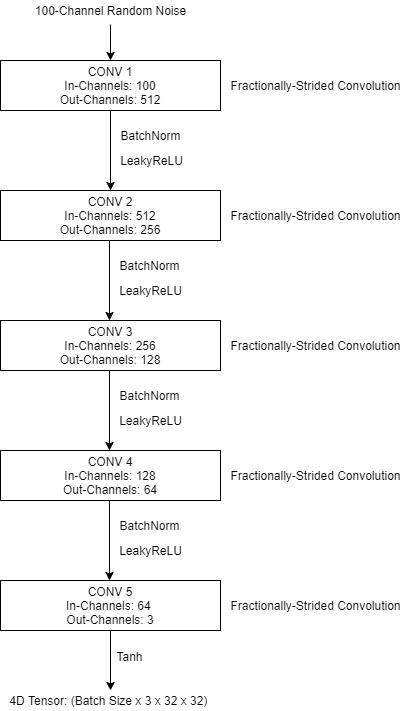
peterhessey/DeepLearning keeps this draw.io diagram as notes/Generator.png. Above is the earlier version. Source tidied: cells renumbered, new cells last; positions are measured from the earlier drawing's top-left corner, leaving out a move shared by most shapes. The source it was exported from:
```xml
<mxGraphModel>
  <root>
    <mxCell id="0" />
    <mxCell id="1" parent="0" />
    <mxCell id="2" value="CONV 1&lt;br&gt;In-Channels: 100&lt;br&gt;Out-Channels: 512" style="rounded=0;whiteSpace=wrap;html=1;" parent="1" vertex="1">
      <mxGeometry y="60" width="220" height="50" as="geometry" />
    </mxCell>
    <mxCell id="3" style="endArrow=classic;html=1;exitX=0.5;exitY=1;exitDx=0;exitDy=0;" parent="1" edge="1" source="2">
      <mxGeometry relative="1" as="geometry">
        <mxPoint x="110" y="190" as="targetPoint" />
      </mxGeometry>
    </mxCell>
    <mxCell id="4" style="endArrow=classic;html=1;entryX=0.5;entryY=0;entryDx=0;entryDy=0;exitX=0.5;exitY=1.2;exitDx=0;exitDy=0;exitPerimeter=0;" parent="1" edge="1" source="5" target="2">
      <mxGeometry relative="1" as="geometry" />
    </mxCell>
    <mxCell id="5" value="100-Channel Random Noise" style="text;html=1;align=center;verticalAlign=middle;points=[];" parent="1" vertex="1">
      <mxGeometry x="25" width="170" height="20" as="geometry" />
    </mxCell>
    <mxCell id="6" value="BatchNorm" style="text;html=1;align=center;verticalAlign=middle;" parent="1" vertex="1">
      <mxGeometry x="110" y="125" width="80" height="20" as="geometry" />
    </mxCell>
    <mxCell id="7" value="LeakyReLU" style="text;html=1;align=center;verticalAlign=middle;" parent="1" vertex="1">
      <mxGeometry x="111" y="150" width="80" height="20" as="geometry" />
    </mxCell>
    <mxCell id="8" value="CONV 2&lt;br&gt;In-Channels: 512&lt;br&gt;Out-Channels: 256" style="rounded=0;whiteSpace=wrap;html=1;" parent="1" vertex="1">
      <mxGeometry y="190" width="220" height="50" as="geometry" />
    </mxCell>
    <mxCell id="9" style="endArrow=classic;html=1;" parent="1" edge="1">
      <mxGeometry relative="1" as="geometry">
        <mxPoint x="109" y="240" as="sourcePoint" />
        <mxPoint x="109" y="320" as="targetPoint" />
      </mxGeometry>
    </mxCell>
    <mxCell id="10" value="BatchNorm" style="text;html=1;align=center;verticalAlign=middle;" parent="1" vertex="1">
      <mxGeometry x="109" y="255" width="80" height="20" as="geometry" />
    </mxCell>
    <mxCell id="11" value="LeakyReLU" style="text;html=1;align=center;verticalAlign=middle;" parent="1" vertex="1">
      <mxGeometry x="110" y="280" width="80" height="20" as="geometry" />
    </mxCell>
    <mxCell id="12" value="CONV 3&lt;br&gt;In-Channels: 256&lt;br&gt;Out-Channels: 128" style="rounded=0;whiteSpace=wrap;html=1;" parent="1" vertex="1">
      <mxGeometry y="320" width="220" height="50" as="geometry" />
    </mxCell>
    <mxCell id="13" style="endArrow=classic;html=1;" parent="1" edge="1">
      <mxGeometry relative="1" as="geometry">
        <mxPoint x="109" y="370" as="sourcePoint" />
        <mxPoint x="109" y="450" as="targetPoint" />
      </mxGeometry>
    </mxCell>
    <mxCell id="14" value="BatchNorm" style="text;html=1;align=center;verticalAlign=middle;" parent="1" vertex="1">
      <mxGeometry x="109" y="385" width="80" height="20" as="geometry" />
    </mxCell>
    <mxCell id="15" value="LeakyReLU" style="text;html=1;align=center;verticalAlign=middle;" parent="1" vertex="1">
      <mxGeometry x="110" y="410" width="80" height="20" as="geometry" />
    </mxCell>
    <mxCell id="16" value="CONV 4&lt;br&gt;In-Channels: 128&lt;br&gt;Out-Channels: 64" style="rounded=0;whiteSpace=wrap;html=1;" parent="1" vertex="1">
      <mxGeometry y="450" width="220" height="50" as="geometry" />
    </mxCell>
    <mxCell id="17" style="endArrow=classic;html=1;" parent="1" edge="1">
      <mxGeometry relative="1" as="geometry">
        <mxPoint x="109" y="500" as="sourcePoint" />
        <mxPoint x="109" y="580" as="targetPoint" />
      </mxGeometry>
    </mxCell>
    <mxCell id="18" value="BatchNorm" style="text;html=1;align=center;verticalAlign=middle;" parent="1" vertex="1">
      <mxGeometry x="109" y="515" width="80" height="20" as="geometry" />
    </mxCell>
    <mxCell id="19" value="LeakyReLU" style="text;html=1;align=center;verticalAlign=middle;" parent="1" vertex="1">
      <mxGeometry x="110" y="540" width="80" height="20" as="geometry" />
    </mxCell>
    <mxCell id="20" value="CONV 5&lt;br&gt;In-Channels: 64&amp;nbsp;&lt;br&gt;Out-Channels: 3" style="rounded=0;whiteSpace=wrap;html=1;" parent="1" vertex="1">
      <mxGeometry y="580" width="220" height="50" as="geometry" />
    </mxCell>
    <mxCell id="21" style="endArrow=classic;html=1;exitX=0.5;exitY=1;exitDx=0;exitDy=0;" parent="1" edge="1" source="20">
      <mxGeometry relative="1" as="geometry">
        <mxPoint x="110" y="690" as="targetPoint" />
      </mxGeometry>
    </mxCell>
    <mxCell id="22" value="4D Tensor: (Batch Size x 3 x 32 x 32)&amp;nbsp;" style="text;html=1;strokeColor=none;fillColor=none;align=center;verticalAlign=middle;whiteSpace=wrap;rounded=0;" parent="1" vertex="1">
      <mxGeometry y="690" width="220" height="20" as="geometry" />
    </mxCell>
    <mxCell id="23" value="Fractionally-Strided Convolution" style="text;html=1;align=center;verticalAlign=middle;" parent="1" vertex="1">
      <mxGeometry x="220" y="75" width="190" height="20" as="geometry" />
    </mxCell>
    <mxCell id="24" value="Fractionally-Strided Convolution" style="text;html=1;align=center;verticalAlign=middle;" parent="1" vertex="1">
      <mxGeometry x="220" y="205" width="190" height="20" as="geometry" />
    </mxCell>
    <mxCell id="25" value="Fractionally-Strided Convolution" style="text;html=1;align=center;verticalAlign=middle;" parent="1" vertex="1">
      <mxGeometry x="220" y="335" width="190" height="20" as="geometry" />
    </mxCell>
    <mxCell id="26" value="Fractionally-Strided Convolution" style="text;html=1;align=center;verticalAlign=middle;" parent="1" vertex="1">
      <mxGeometry x="220" y="465" width="190" height="20" as="geometry" />
    </mxCell>
    <mxCell id="27" value="Fractionally-Strided Convolution" style="text;html=1;align=center;verticalAlign=middle;" parent="1" vertex="1">
      <mxGeometry x="220" y="595" width="190" height="20" as="geometry" />
    </mxCell>
    <mxCell id="28" value="Tanh" style="text;html=1;align=center;verticalAlign=middle;" parent="1" vertex="1">
      <mxGeometry x="109" y="646" width="40" height="20" as="geometry" />
    </mxCell>
  </root>
</mxGraphModel>
```
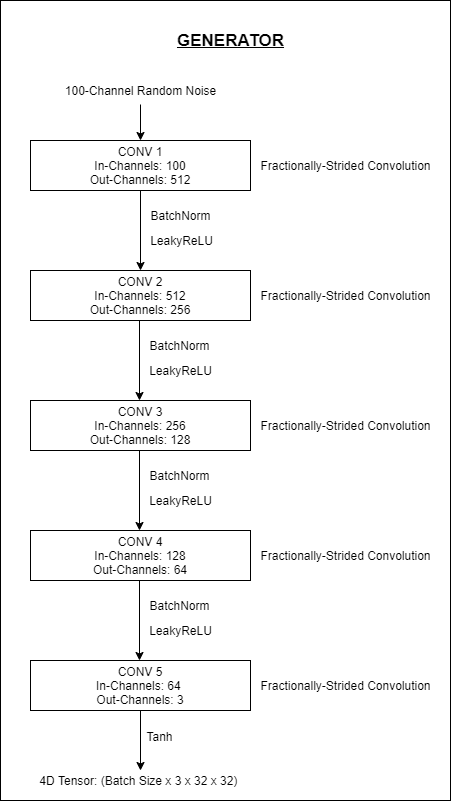
Later version of the same file.

Change to the diagram source:
```diff
@@ -2,6 +2,9 @@
   <root>
     <mxCell id="0" />
     <mxCell id="1" parent="0" />
+    <mxCell id="29" style="rounded=0;whiteSpace=wrap;html=1;" parent="1" vertex="1">
+      <mxGeometry x="-30" y="-80" width="450" height="800" as="geometry" />
+    </mxCell>
     <mxCell id="2" value="CONV 1&lt;br&gt;In-Channels: 100&lt;br&gt;Out-Channels: 512" style="rounded=0;whiteSpace=wrap;html=1;" parent="1" vertex="1">
       <mxGeometry y="60" width="220" height="50" as="geometry" />
     </mxCell>
@@ -96,5 +99,8 @@
     <mxCell id="28" value="Tanh" style="text;html=1;align=center;verticalAlign=middle;" parent="1" vertex="1">
       <mxGeometry x="109" y="646" width="40" height="20" as="geometry" />
     </mxCell>
+    <mxCell id="30" value="&lt;b&gt;&lt;u&gt;&lt;font style=&quot;font-size: 17px&quot;&gt;GENERATOR&lt;/font&gt;&lt;/u&gt;&lt;/b&gt;" style="text;html=1;align=center;verticalAlign=middle;" parent="1" vertex="1">
+      <mxGeometry x="140" y="-50" width="120" height="20" as="geometry" />
+    </mxCell>
   </root>
 </mxGraphModel>
```
